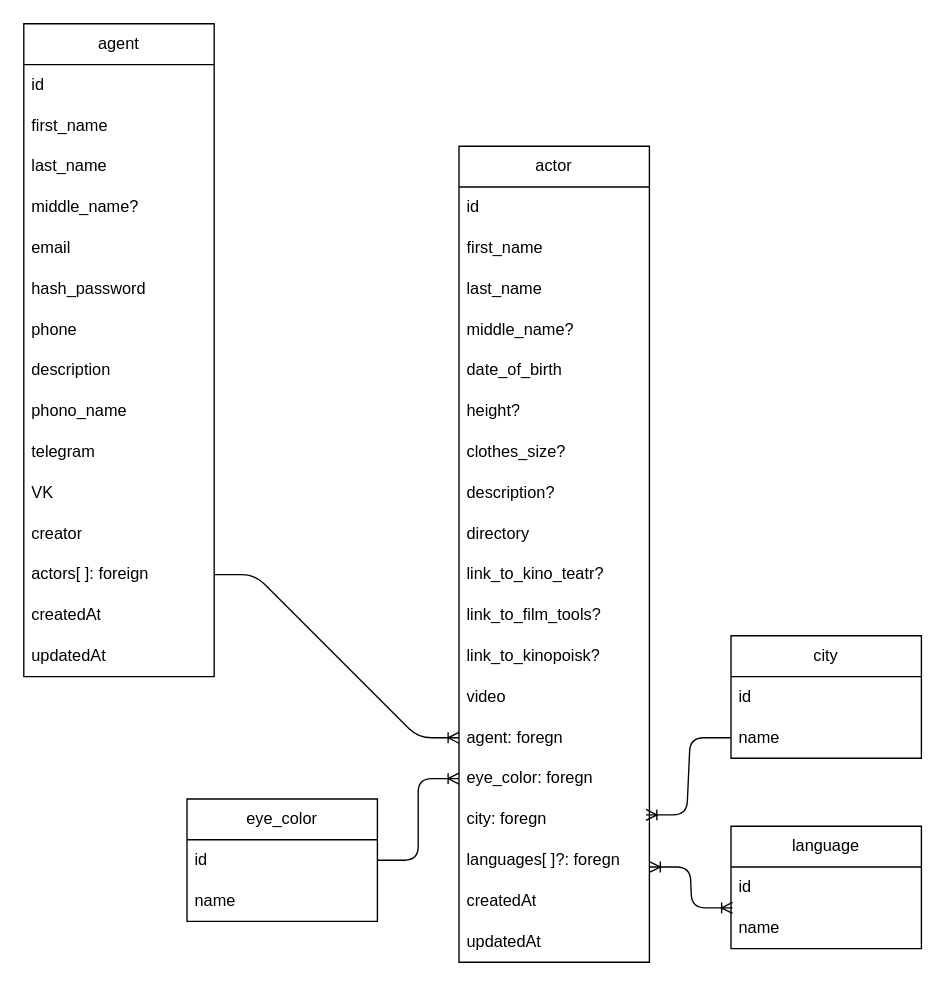
This is server/shcema.drawio from ossla/kc_agency, a draw.io file, before an edit. Source tidied: cells renumbered, new cells numbered last; positions are measured from the earlier drawing's top-left corner, leaving out a move shared by most shapes. Both pictures are drawn from the tidied source at 136%, with x=0, y=0 at pixel (23, 23).
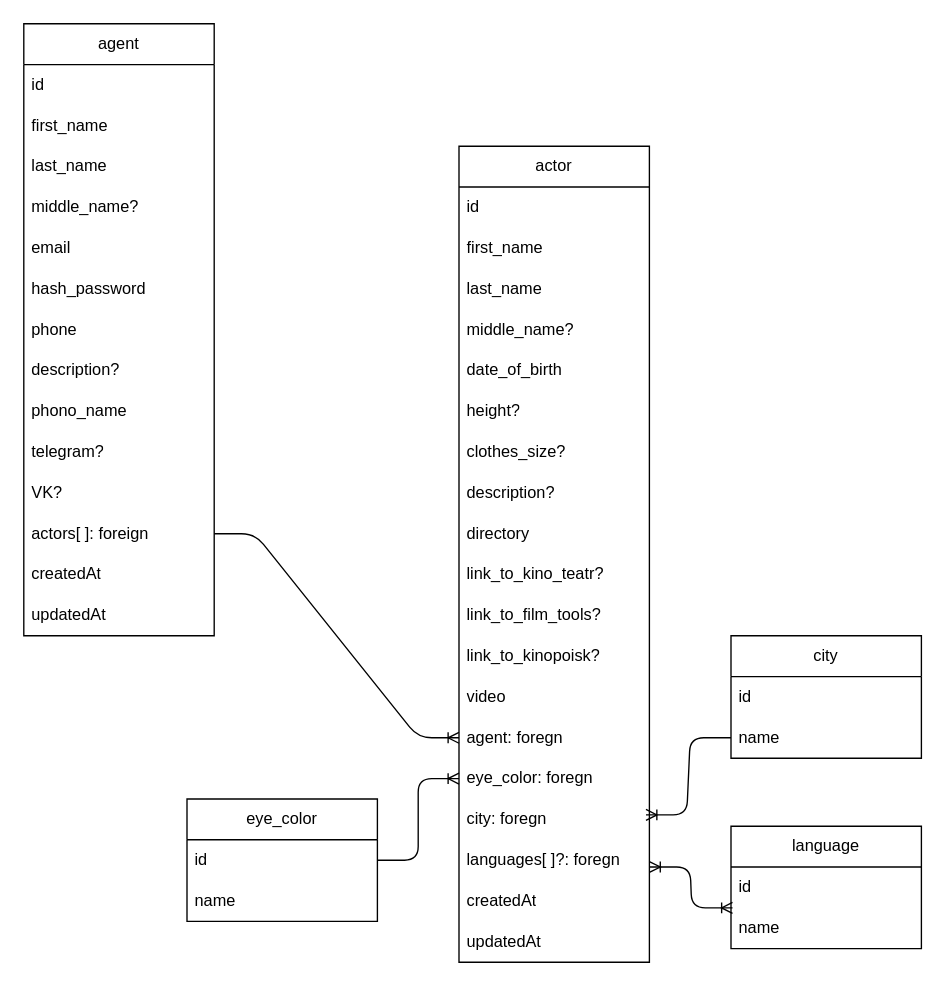
The same diagram, later.

What changed in the source:
```diff
@@
     <mxCell id="22" value="agent" style="swimlane;fontStyle=0;horizontal=1;startSize=30;whiteSpace=wrap;html=1;" parent="1" vertex="1">
-      <mxGeometry width="140" height="480" as="geometry" />
+      <mxGeometry width="140" height="450" as="geometry" />
     </mxCell>
@@
-    <mxCell id="30" value="description" style="text;strokeColor=none;fillColor=none;align=left;verticalAlign=middle;spacingLeft=4;spacingRight=4;overflow=hidden;whiteSpace=wrap;html=1;" parent="22" vertex="1">
+    <mxCell id="30" value="description?" style="text;strokeColor=none;fillColor=none;align=left;verticalAlign=middle;spacingLeft=4;spacingRight=4;overflow=hidden;whiteSpace=wrap;html=1;" parent="22" vertex="1">
       <mxGeometry y="240" width="140" height="30" as="geometry" />
     </mxCell>
@@
-    <mxCell id="32" value="telegram" style="text;strokeColor=none;fillColor=none;align=left;verticalAlign=middle;spacingLeft=4;spacingRight=4;overflow=hidden;whiteSpace=wrap;html=1;" parent="22" vertex="1">
+    <mxCell id="32" value="telegram?" style="text;strokeColor=none;fillColor=none;align=left;verticalAlign=middle;spacingLeft=4;spacingRight=4;overflow=hidden;whiteSpace=wrap;html=1;" parent="22" vertex="1">
       <mxGeometry y="300" width="140" height="30" as="geometry" />
     </mxCell>
-    <mxCell id="33" value="VK" style="text;strokeColor=none;fillColor=none;align=left;verticalAlign=middle;spacingLeft=4;spacingRight=4;overflow=hidden;whiteSpace=wrap;html=1;" parent="22" vertex="1">
+    <mxCell id="33" value="VK?" style="text;strokeColor=none;fillColor=none;align=left;verticalAlign=middle;spacingLeft=4;spacingRight=4;overflow=hidden;whiteSpace=wrap;html=1;" parent="22" vertex="1">
       <mxGeometry y="330" width="140" height="30" as="geometry" />
     </mxCell>
-    <mxCell id="34" value="creator" style="text;strokeColor=none;fillColor=none;align=left;verticalAlign=middle;spacingLeft=4;spacingRight=4;overflow=hidden;whiteSpace=wrap;html=1;" parent="22" vertex="1">
-      <mxGeometry y="360" width="140" height="30" as="geometry" />
-    </mxCell>
     <mxCell id="35" value="actors[ ]: foreign" style="text;strokeColor=none;fillColor=none;align=left;verticalAlign=middle;spacingLeft=4;spacingRight=4;overflow=hidden;points=[[0,0.5],[1,0.5]];portConstraint=eastwest;whiteSpace=wrap;html=1;" parent="22" vertex="1">
-      <mxGeometry y="390" width="140" height="30" as="geometry" />
+      <mxGeometry y="360" width="140" height="30" as="geometry" />
     </mxCell>
     <mxCell id="36" value="createdAt" style="text;strokeColor=none;fillColor=none;align=left;verticalAlign=middle;spacingLeft=4;spacingRight=4;overflow=hidden;whiteSpace=wrap;html=1;" parent="22" vertex="1">
-      <mxGeometry y="420" width="140" height="30" as="geometry" />
+      <mxGeometry y="390" width="140" height="30" as="geometry" />
     </mxCell>
     <mxCell id="37" value="updatedAt" style="text;strokeColor=none;fillColor=none;align=left;verticalAlign=middle;spacingLeft=4;spacingRight=4;overflow=hidden;whiteSpace=wrap;html=1;" parent="22" vertex="1">
-      <mxGeometry y="450" width="140" height="30" as="geometry" />
+      <mxGeometry y="420" width="140" height="30" as="geometry" />
     </mxCell>
```
